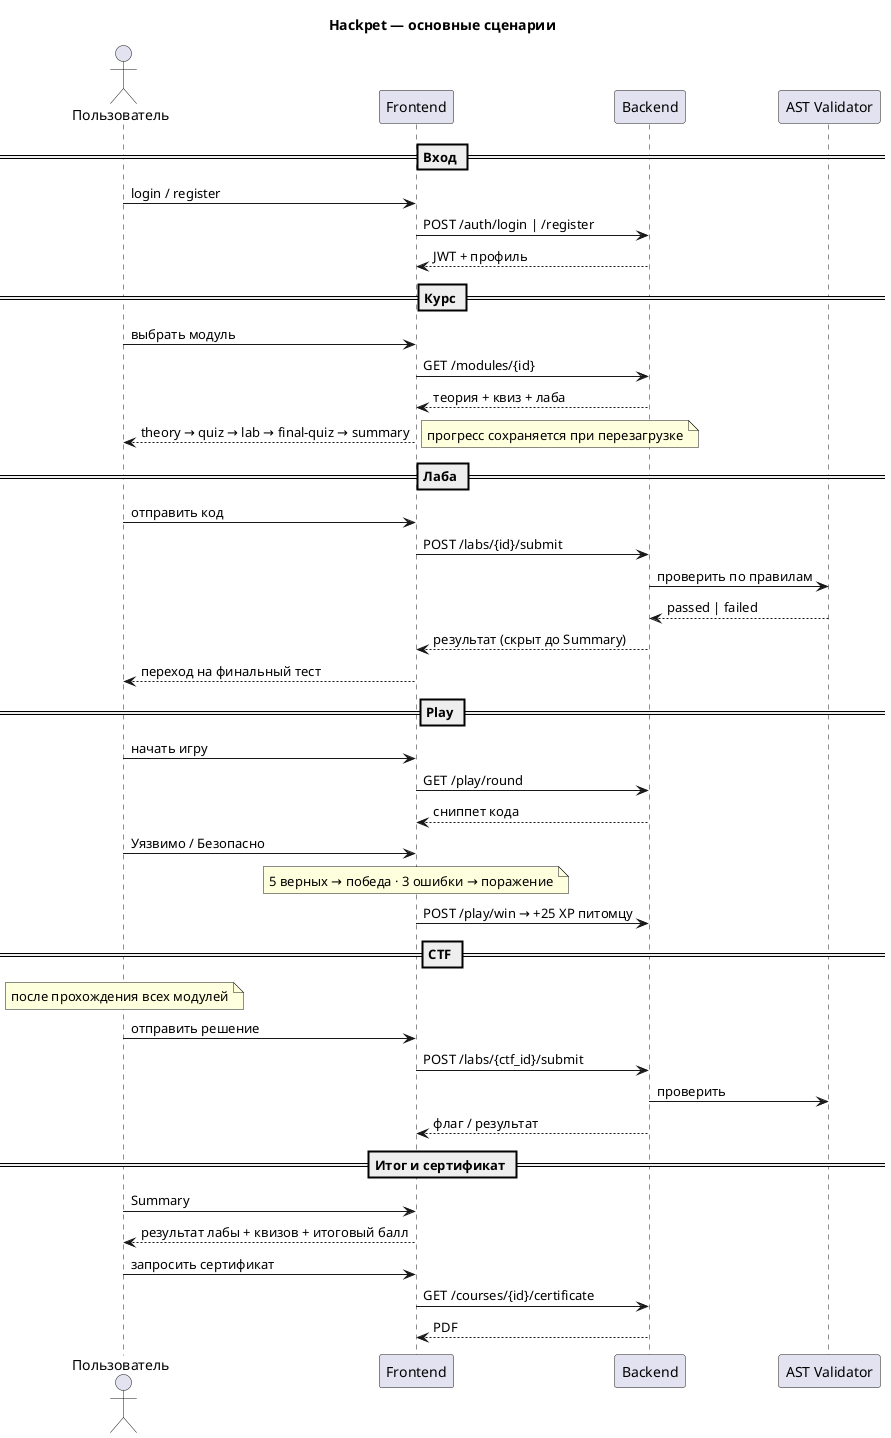
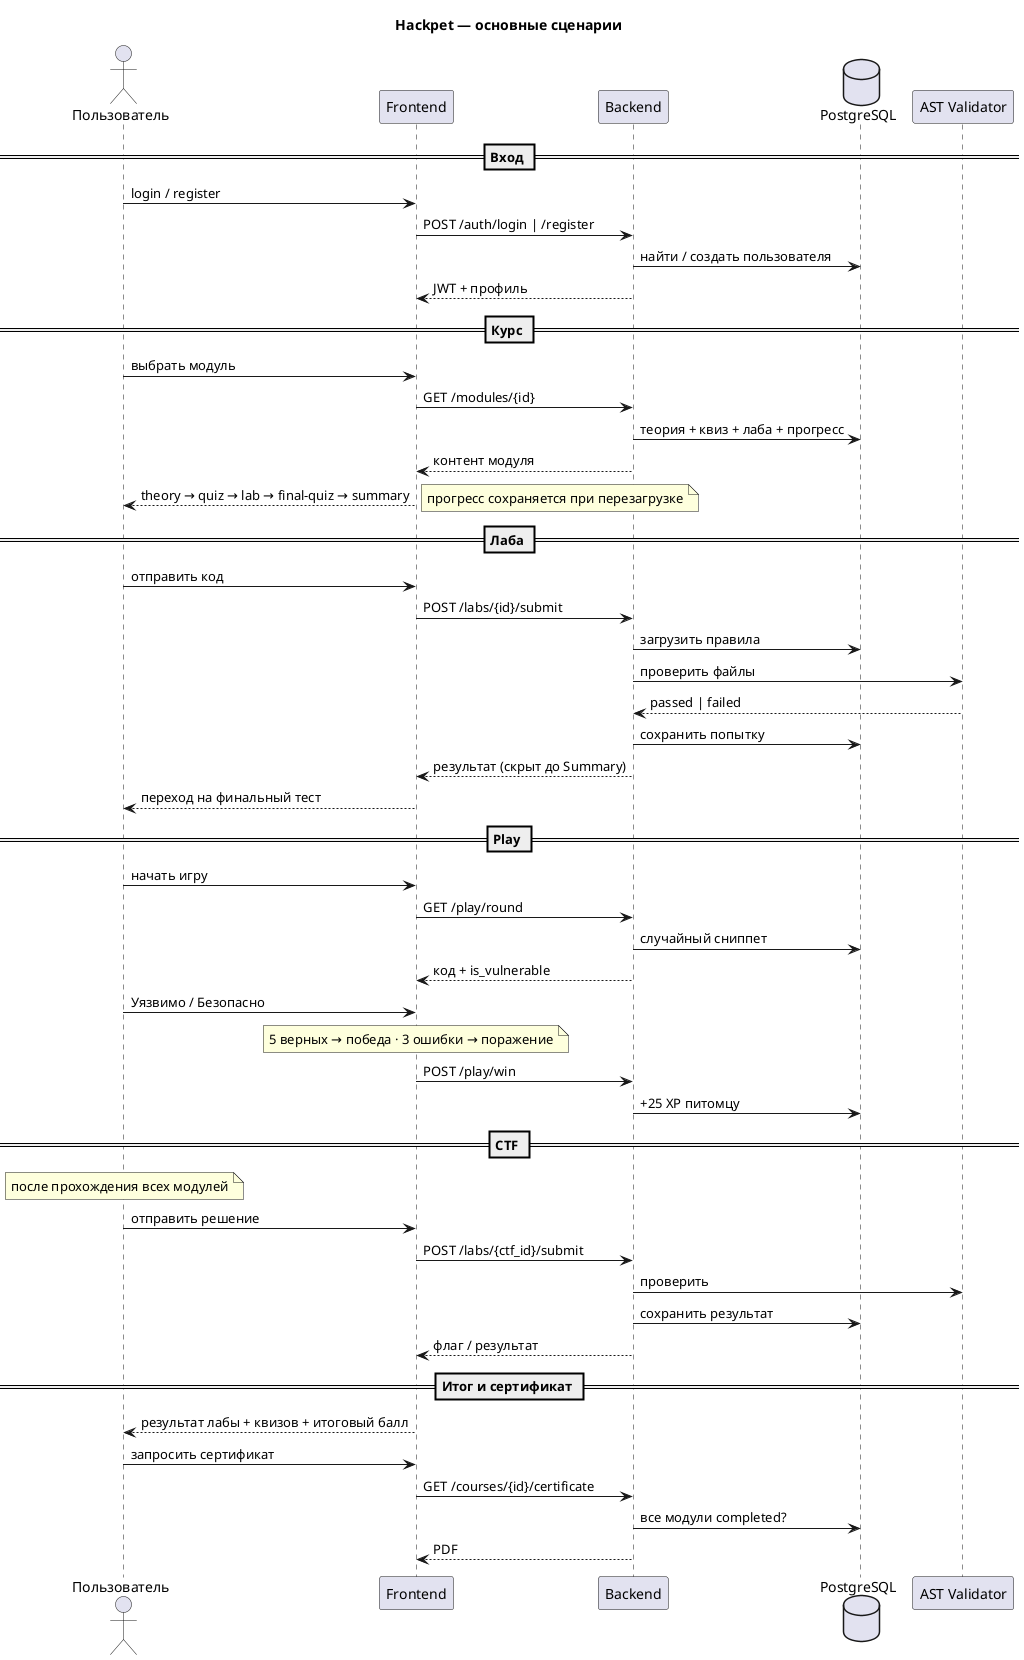
@startuml Hackpet_Main_Sequence
title Hackpet — основные сценарии

actor "Пользователь" as User
participant "Frontend" as FE
participant "Backend" as API
+ database "PostgreSQL" as DB
participant "AST Validator" as AST

== Вход ==
User -> FE : login / register
FE -> API : POST /auth/login | /register
+ API -> DB : найти / создать пользователя
API --> FE : JWT + профиль

== Курс ==
User -> FE : выбрать модуль
FE -> API : GET /modules/{id}
- API --> FE : теория + квиз + лаба
+ API -> DB : теория + квиз + лаба + прогресс
+ API --> FE : контент модуля
FE --> User : theory → quiz → lab → final-quiz → summary
note right : прогресс сохраняется при перезагрузке

== Лаба ==
User -> FE : отправить код
FE -> API : POST /labs/{id}/submit
- API -> AST : проверить по правилам
+ API -> DB : загрузить правила
+ API -> AST : проверить файлы
AST --> API : passed | failed
+ API -> DB : сохранить попытку
API --> FE : результат (скрыт до Summary)
FE --> User : переход на финальный тест

== Play ==
User -> FE : начать игру
FE -> API : GET /play/round
- API --> FE : сниппет кода
+ API -> DB : случайный сниппет
+ API --> FE : код + is_vulnerable
User -> FE : Уязвимо / Безопасно
note over FE : 5 верных → победа · 3 ошибки → поражение
- FE -> API : POST /play/win → +25 XP питомцу
+ FE -> API : POST /play/win
+ API -> DB : +25 XP питомцу

== CTF ==
note over User : после прохождения всех модулей
User -> FE : отправить решение
FE -> API : POST /labs/{ctf_id}/submit
API -> AST : проверить
+ API -> DB : сохранить результат
API --> FE : флаг / результат

== Итог и сертификат ==
- User -> FE : Summary
FE --> User : результат лабы + квизов + итоговый балл
User -> FE : запросить сертификат
FE -> API : GET /courses/{id}/certificate
+ API -> DB : все модули completed?
API --> FE : PDF

@enduml
